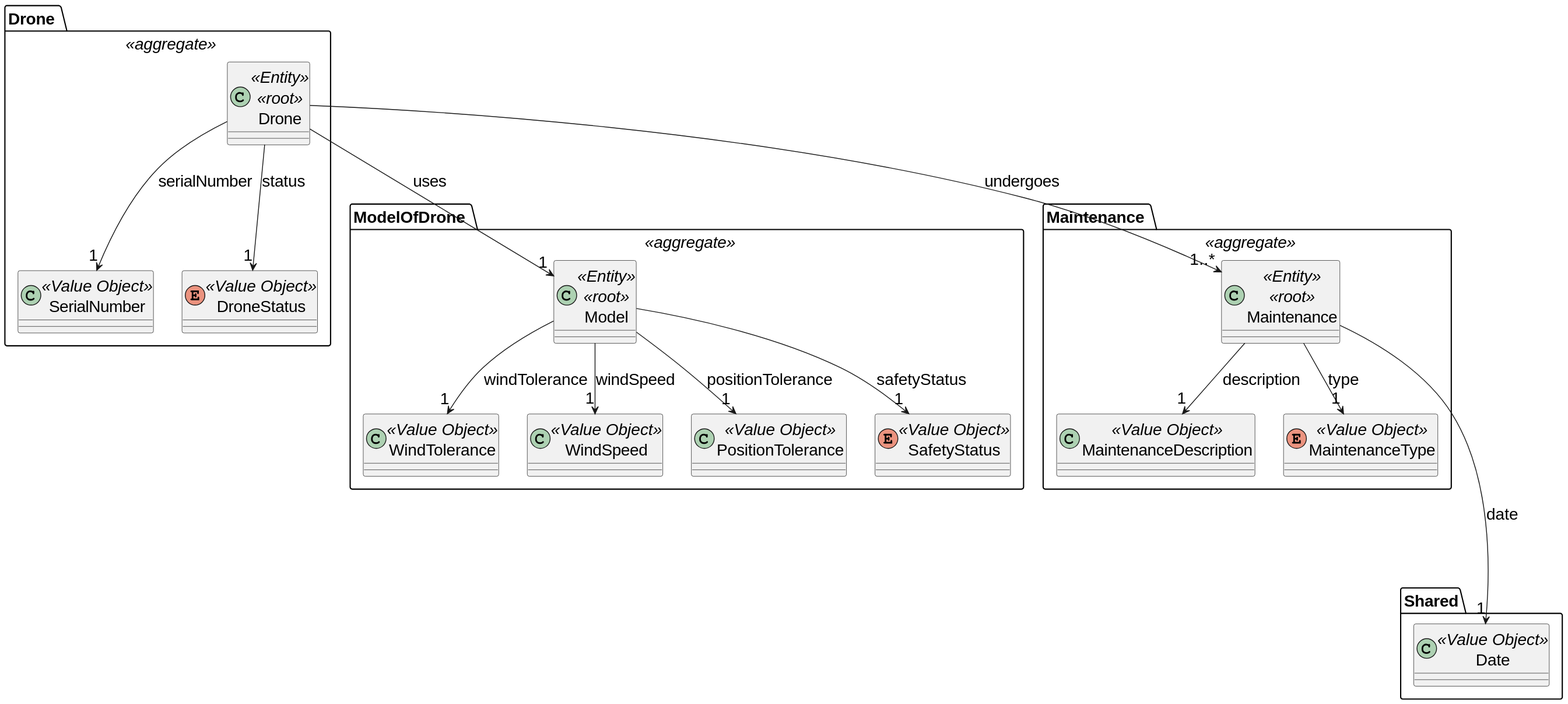
Above: docs/global_artifacts/analysis/images/domain_model_drone.svg in diogoveirospro/sem4pi-2024-2025-sem4pi_2024_2025_g44 (PlantUML), before the change.
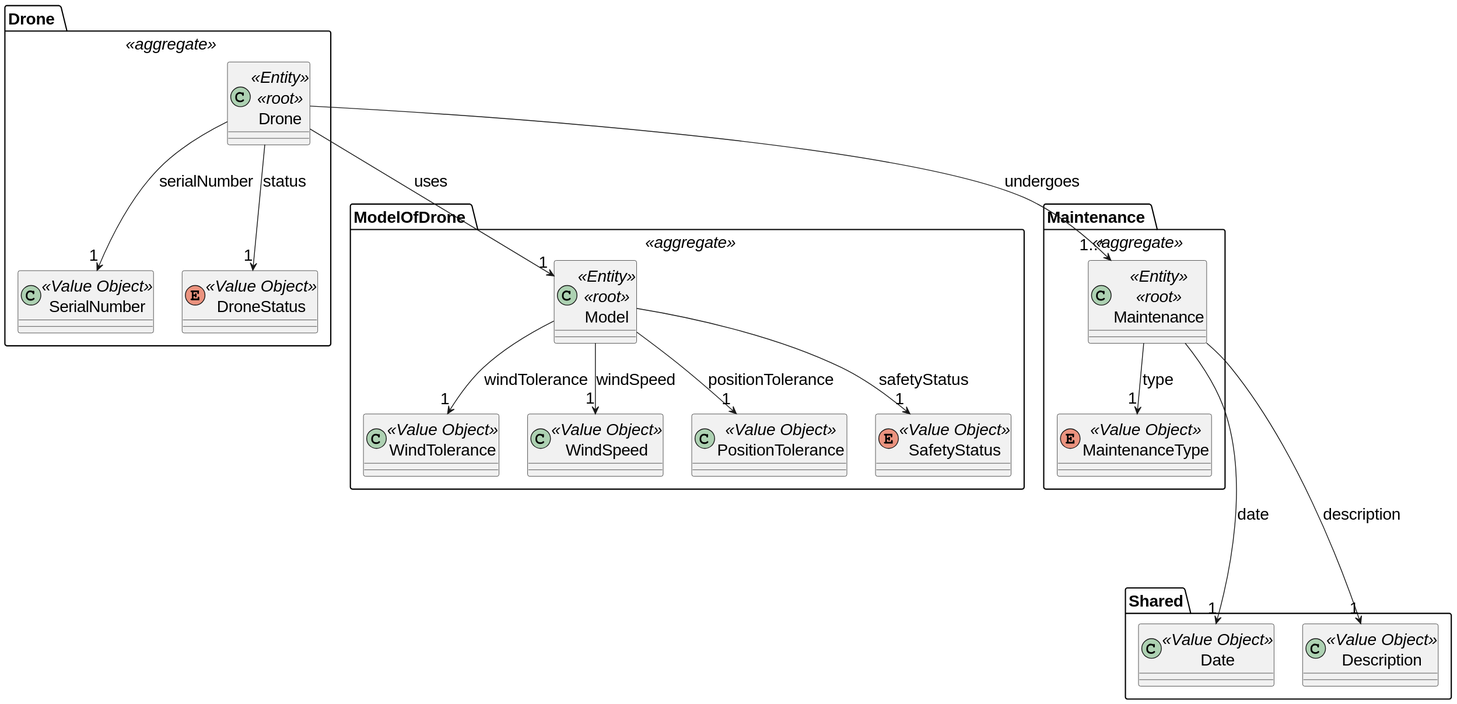
After the change.

The edit, as a diff of the source:
```diff
@@ -47,13 +47,9 @@
     class Maintenance <<Entity>> <<root>>{
     }
 
-    class MaintenanceDescription <<Value Object>>{
-    }
-
     enum MaintenanceType <<Value Object>>{
     }
 
-    Maintenance --> "1" MaintenanceDescription: description
     Maintenance --> "1" MaintenanceType: type
 
     Drone --> "1..*" Maintenance: undergoes
@@ -64,6 +60,10 @@
     class Date <<Value Object>>{
     }
 
+    class Description <<Value Object>>{
+    }
+
     Maintenance ----> "1" Date: date
+    Maintenance ----> "1" Description: description
 }
 @enduml
```
